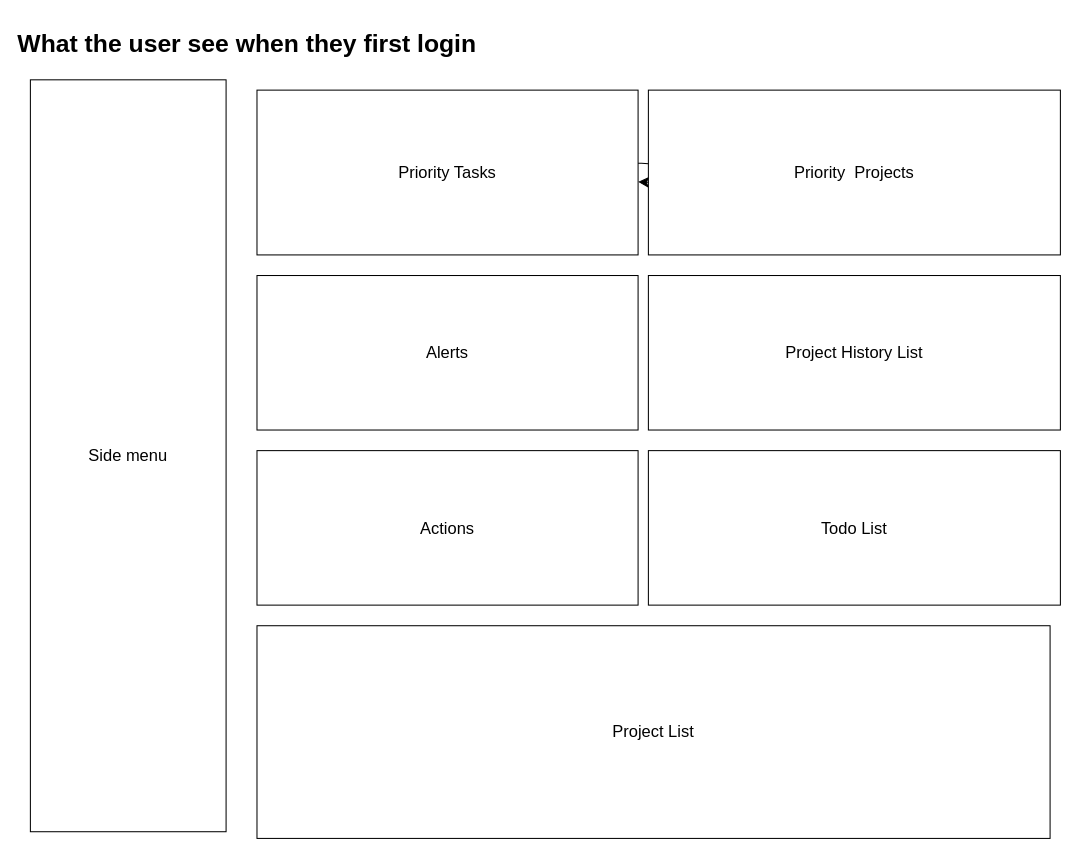
Earlier version of the draw.io diagram page "User Dashboard" (2 of 2) of mockups/wireframe.drawio (Task-Repository/application-gui). Source tidied: cells renumbered, new cells numbered last; positions are measured from the earlier drawing's top-left corner, leaving out a move shared by most shapes. Both pictures are drawn from the tidied source at 103%, with x=0, y=0 at pixel (30, 18).
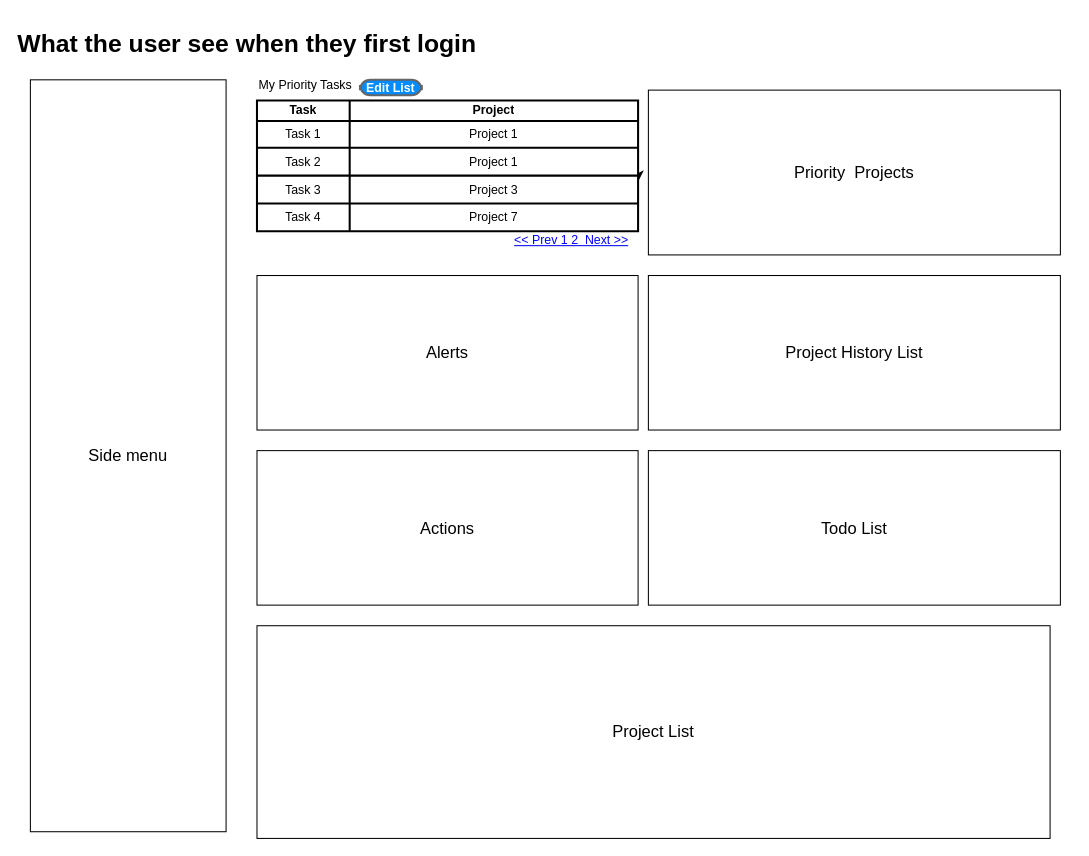
After the change.

Commit message:
chore: Add priority tasks table

Diff of the diagram source:
```diff
@@
-    <mxCell id="4" value="Priority Tasks" style="whiteSpace=wrap;html=1;fontSize=16;" parent="1" vertex="1">
-      <mxGeometry x="220" y="70" width="370" height="160" as="geometry" />
-    </mxCell>
-    <mxCell id="5" style="edgeStyle=none;curved=1;rounded=0;orthogonalLoop=1;jettySize=auto;html=1;fontSize=12;startSize=8;endSize=8;" parent="1" edge="1" source="4" target="4">
-      <mxGeometry relative="1" as="geometry" />
+    <mxCell id="5" style="edgeStyle=none;curved=1;rounded=0;orthogonalLoop=1;jettySize=auto;html=1;fontSize=12;startSize=8;endSize=8;" parent="1" edge="1">
+      <mxGeometry relative="1" as="geometry">
+        <mxPoint x="590" y="141" as="sourcePoint" />
+        <mxPoint x="590" y="159" as="targetPoint" />
+      </mxGeometry>
     </mxCell>
@@
+    <mxCell id="14" style="shape=table;html=1;whiteSpace=wrap;startSize=0;childLayout=tableLayout;strokeWidth=2;" parent="1" vertex="1">
+      <mxGeometry x="220" y="80" width="370" height="127" as="geometry" />
+    </mxCell>
+    <mxCell id="15" style="shape=tableRow;horizontal=0;startSize=0;swimlaneHead=0;swimlaneBody=0;top=0;left=0;bottom=0;right=0;fillColor=none;" parent="14" vertex="1">
+      <mxGeometry width="370" height="20" as="geometry" />
+    </mxCell>
+    <mxCell id="16" value="Task" style="shape=partialRectangle;html=1;whiteSpace=wrap;fillColor=none;top=0;left=0;bottom=0;right=0;overflow=hidden;fontStyle=1;" parent="15" vertex="1">
+      <mxGeometry width="90" height="20" as="geometry" />
+    </mxCell>
+    <mxCell id="17" value="Project" style="shape=partialRectangle;html=1;whiteSpace=wrap;fillColor=none;top=0;left=0;bottom=0;right=0;overflow=hidden;fontStyle=1;" parent="15" vertex="1">
+      <mxGeometry x="90" width="280" height="20" as="geometry" />
+    </mxCell>
+    <mxCell id="18" style="shape=tableRow;horizontal=0;startSize=0;swimlaneHead=0;swimlaneBody=0;top=0;left=0;bottom=0;right=0;fillColor=none;" parent="14" vertex="1">
+      <mxGeometry y="20" width="370" height="26" as="geometry" />
+    </mxCell>
+    <mxCell id="19" value="Task 1" style="shape=partialRectangle;html=1;whiteSpace=wrap;fillColor=none;top=0;left=0;bottom=0;right=0;overflow=hidden;" parent="18" vertex="1">
+      <mxGeometry width="90" height="26" as="geometry" />
+    </mxCell>
+    <mxCell id="20" value="Project 1" style="shape=partialRectangle;html=1;whiteSpace=wrap;fillColor=none;top=0;left=0;bottom=0;right=0;overflow=hidden;" parent="18" vertex="1">
+      <mxGeometry x="90" width="280" height="26" as="geometry" />
+    </mxCell>
+    <mxCell id="21" style="shape=tableRow;horizontal=0;startSize=0;swimlaneHead=0;swimlaneBody=0;top=0;left=0;bottom=0;right=0;fillColor=none;" parent="14" vertex="1">
+      <mxGeometry y="46" width="370" height="27" as="geometry" />
+    </mxCell>
+    <mxCell id="22" value="Task 2" style="shape=partialRectangle;html=1;whiteSpace=wrap;fillColor=none;top=0;left=0;bottom=0;right=0;overflow=hidden;" parent="21" vertex="1">
+      <mxGeometry width="90" height="27" as="geometry" />
+    </mxCell>
+    <mxCell id="23" value="Project 1" style="shape=partialRectangle;html=1;whiteSpace=wrap;fillColor=none;top=0;left=0;bottom=0;right=0;overflow=hidden;" parent="21" vertex="1">
+      <mxGeometry x="90" width="280" height="27" as="geometry" />
+    </mxCell>
+    <mxCell id="24" style="shape=tableRow;horizontal=0;startSize=0;swimlaneHead=0;swimlaneBody=0;top=0;left=0;bottom=0;right=0;fillColor=none;" parent="14" vertex="1">
+      <mxGeometry y="73" width="370" height="27" as="geometry" />
+    </mxCell>
+    <mxCell id="25" value="Task 3" style="shape=partialRectangle;html=1;whiteSpace=wrap;fillColor=none;top=0;left=0;bottom=0;right=0;overflow=hidden;" parent="24" vertex="1">
+      <mxGeometry width="90" height="27" as="geometry" />
+    </mxCell>
+    <mxCell id="26" value="Project 3" style="shape=partialRectangle;html=1;whiteSpace=wrap;fillColor=none;top=0;left=0;bottom=0;right=0;overflow=hidden;" parent="24" vertex="1">
+      <mxGeometry x="90" width="280" height="27" as="geometry" />
+    </mxCell>
+    <mxCell id="27" style="shape=tableRow;horizontal=0;startSize=0;swimlaneHead=0;swimlaneBody=0;top=0;left=0;bottom=0;right=0;fillColor=none;" parent="14" vertex="1">
+      <mxGeometry y="100" width="370" height="27" as="geometry" />
+    </mxCell>
+    <mxCell id="28" value="Task 4" style="shape=partialRectangle;html=1;whiteSpace=wrap;fillColor=none;top=0;left=0;bottom=0;right=0;overflow=hidden;" parent="27" vertex="1">
+      <mxGeometry width="90" height="27" as="geometry" />
+    </mxCell>
+    <mxCell id="29" value="Project 7" style="shape=partialRectangle;html=1;whiteSpace=wrap;fillColor=none;top=0;left=0;bottom=0;right=0;overflow=hidden;" parent="27" vertex="1">
+      <mxGeometry x="90" width="280" height="27" as="geometry" />
+    </mxCell>
+    <mxCell id="30" value="My Priority Tasks" style="text;html=1;strokeColor=none;fillColor=none;align=left;verticalAlign=middle;whiteSpace=wrap;rounded=0;" parent="1" vertex="1">
+      <mxGeometry x="220" y="50" width="140" height="30" as="geometry" />
+    </mxCell>
+    <mxCell id="31" value="&lt;font style=&quot;font-size: 12px;&quot;&gt;&amp;lt;&amp;lt; Prev 1 2&amp;nbsp; Next &amp;gt;&amp;gt;&lt;/font&gt;" style="strokeWidth=1;shadow=0;dashed=0;align=center;html=1;shape=mxgraph.mockup.navigation.pagination;linkText=;fontSize=17;fontColor=#0000ff;fontStyle=4;" parent="1" vertex="1">
+      <mxGeometry x="350" y="200" width="350" height="30" as="geometry" />
+    </mxCell>
+    <mxCell id="32" value="Edit List" style="strokeWidth=2;shadow=0;dashed=0;align=center;shape=mxgraph.mockup.buttons.button;strokeColor=#666666;fontColor=#ffffff;mainText=;buttonStyle=round;fontSize=12;fontStyle=1;fillColor=#008cff;verticalAlign=middle;horizontal=1;labelPosition=center;verticalLabelPosition=middle;whiteSpace=wrap;html=1;" parent="1" vertex="1">
+      <mxGeometry x="320" y="60" width="60" height="15" as="geometry" />
+    </mxCell>
```
